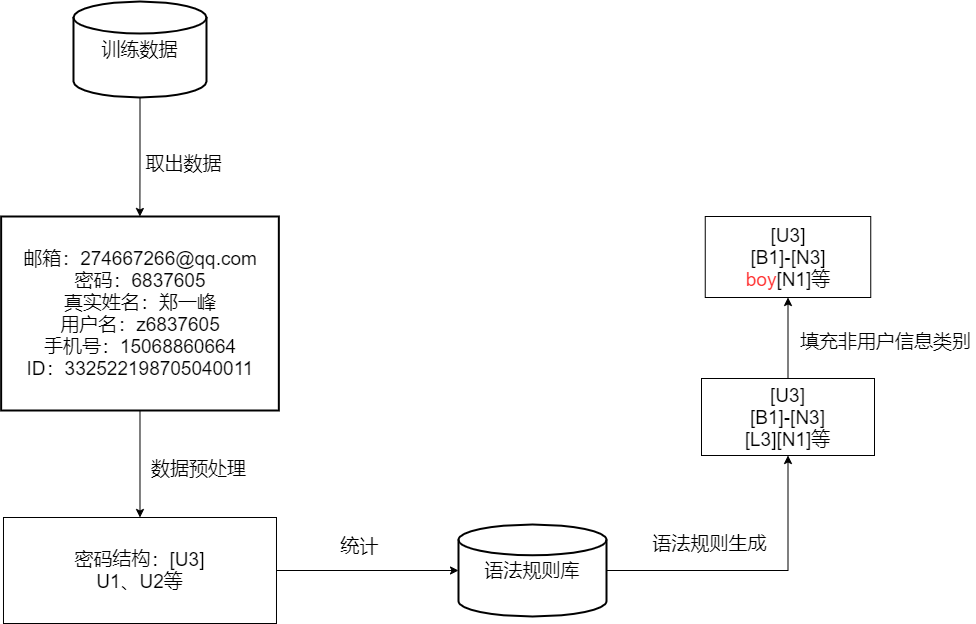
Before: pcfg.drawio.png, a diagram exported from draw.io (lakomi/pictures). Source tidied: cells renumbered, new cells last; positions are measured from the earlier drawing's top-left corner, leaving out a move shared by most shapes.
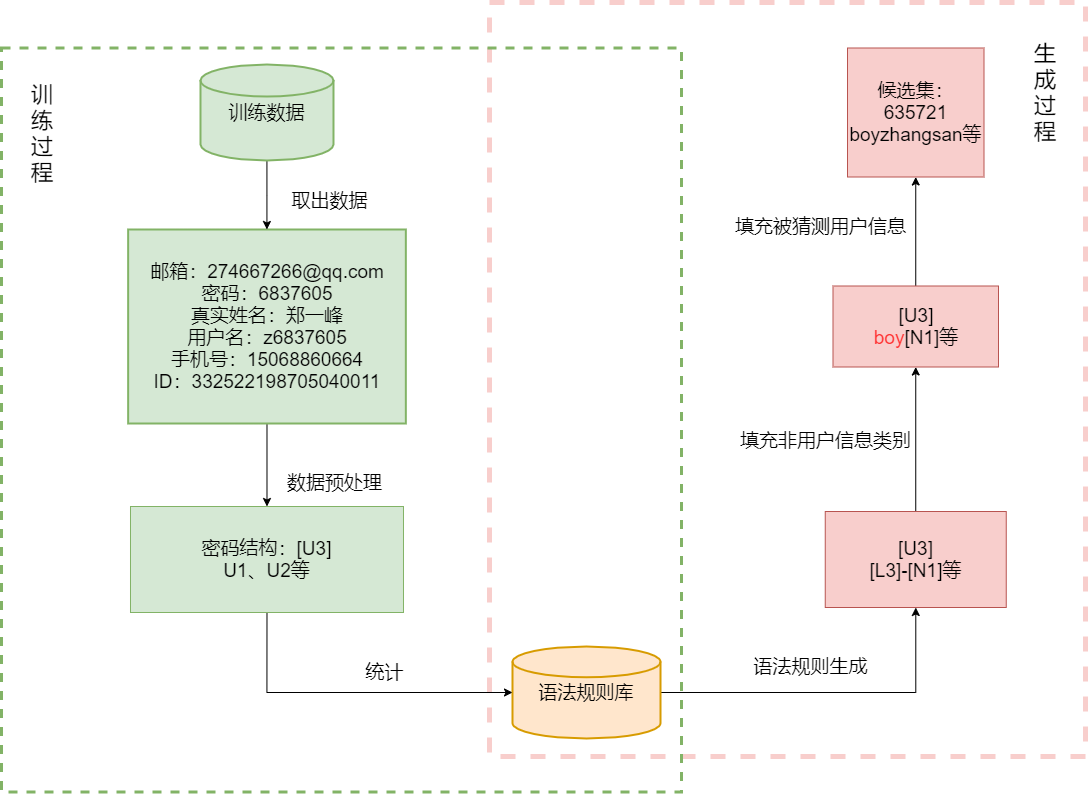
After the commit.

Diff of the diagram source:
```diff
@@ -2,53 +2,74 @@
   <root>
     <mxCell id="0" />
     <mxCell id="1" parent="0" />
+    <mxCell id="18" style="rounded=0;whiteSpace=wrap;html=1;dashed=1;fontSize=19;strokeWidth=5;fillColor=none;strokeColor=#F8CECC;perimeterSpacing=2;" parent="1" vertex="1">
+      <mxGeometry x="361" y="-123" width="596" height="754" as="geometry" />
+    </mxCell>
+    <mxCell id="19" style="rounded=0;whiteSpace=wrap;html=1;fontSize=19;fillColor=none;strokeColor=#82b366;dashed=1;strokeWidth=3;" parent="1" vertex="1">
+      <mxGeometry x="-127" y="-77.5" width="680" height="744" as="geometry" />
+    </mxCell>
     <mxCell id="2" style="edgeStyle=orthogonalEdgeStyle;rounded=0;jettySize=auto;html=1;exitX=0.5;exitY=1;exitDx=0;exitDy=0;fontSize=19;" parent="1" edge="1" source="3" target="11">
       <mxGeometry relative="1" as="geometry" />
     </mxCell>
-    <mxCell id="3" value="邮箱：274667266@qq.com&lt;br&gt;密码：6837605&lt;br&gt;真实姓名：郑一峰&lt;br&gt;用户名：z6837605&lt;br&gt;手机号：15068860664&lt;br&gt;ID：332522198705040011" style="whiteSpace=wrap;html=1;fontSize=19;strokeWidth=2;" parent="1" vertex="1">
-      <mxGeometry x="-0.4" y="215" width="277.7" height="194" as="geometry" />
+    <mxCell id="3" value="邮箱：274667266@qq.com&lt;br style=&quot;font-size: 19px;&quot;&gt;密码：6837605&lt;br style=&quot;font-size: 19px;&quot;&gt;真实姓名：郑一峰&lt;br style=&quot;font-size: 19px;&quot;&gt;用户名：z6837605&lt;br style=&quot;font-size: 19px;&quot;&gt;手机号：15068860664&lt;br style=&quot;font-size: 19px;&quot;&gt;ID：332522198705040011" style="whiteSpace=wrap;html=1;fontSize=19;strokeWidth=2;fillColor=#d5e8d4;strokeColor=#82b366;" parent="1" vertex="1">
+      <mxGeometry x="-0.4" y="104" width="277.7" height="194" as="geometry" />
     </mxCell>
     <mxCell id="4" style="edgeStyle=orthogonalEdgeStyle;rounded=0;jettySize=auto;html=1;fontSize=19;" parent="1" edge="1" source="5" target="3">
       <mxGeometry relative="1" as="geometry" />
     </mxCell>
-    <mxCell id="5" value="训练数据" style="strokeWidth=2;html=1;shape=mxgraph.flowchart.database;whiteSpace=wrap;fontSize=19;" parent="1" vertex="1">
-      <mxGeometry x="72" width="133" height="96" as="geometry" />
+    <mxCell id="5" value="训练数据" style="strokeWidth=2;html=1;shape=mxgraph.flowchart.database;whiteSpace=wrap;fontSize=19;fillColor=#d5e8d4;strokeColor=#82b366;" parent="1" vertex="1">
+      <mxGeometry x="72" y="-61" width="133" height="96" as="geometry" />
     </mxCell>
     <mxCell id="6" style="edgeStyle=orthogonalEdgeStyle;rounded=0;jettySize=auto;html=1;exitX=1;exitY=0.5;exitDx=0;exitDy=0;exitPerimeter=0;fontSize=19;" parent="1" edge="1" source="7" target="14">
       <mxGeometry relative="1" as="geometry" />
     </mxCell>
-    <mxCell id="7" value="语法规则库" style="strokeWidth=2;html=1;shape=mxgraph.flowchart.database;whiteSpace=wrap;fontSize=19;" parent="1" vertex="1">
-      <mxGeometry x="457" y="523" width="148" height="92" as="geometry" />
+    <mxCell id="7" value="语法规则库" style="strokeWidth=2;html=1;shape=mxgraph.flowchart.database;whiteSpace=wrap;fontSize=19;fillColor=#ffe6cc;strokeColor=#d79b00;" parent="1" vertex="1">
+      <mxGeometry x="384" y="521" width="148" height="92" as="geometry" />
     </mxCell>
     <mxCell id="8" value="数据预处理" style="text;html=1;align=center;verticalAlign=middle;strokeColor=none;fillColor=none;fontSize=19;" parent="1" vertex="1">
-      <mxGeometry x="144" y="454" width="105" height="26" as="geometry" />
+      <mxGeometry x="153.5" y="344" width="105" height="26" as="geometry" />
     </mxCell>
     <mxCell id="9" value="取出数据" style="text;html=1;align=center;verticalAlign=middle;strokeColor=none;fillColor=none;fontSize=19;" parent="1" vertex="1">
-      <mxGeometry x="139" y="149" width="86" height="26" as="geometry" />
+      <mxGeometry x="158" y="62" width="86" height="26" as="geometry" />
     </mxCell>
-    <mxCell id="10" style="edgeStyle=orthogonalEdgeStyle;rounded=0;jettySize=auto;html=1;exitX=1;exitY=0.5;exitDx=0;exitDy=0;entryX=0;entryY=0.5;entryDx=0;entryDy=0;entryPerimeter=0;fontSize=19;" parent="1" edge="1" source="11" target="7">
+    <mxCell id="10" style="edgeStyle=orthogonalEdgeStyle;rounded=0;jettySize=auto;html=1;exitX=0.5;exitY=1;exitDx=0;exitDy=0;entryX=0;entryY=0.5;entryDx=0;entryDy=0;entryPerimeter=0;fontSize=19;fontColor=#000000;" parent="1" edge="1" source="11" target="7">
       <mxGeometry relative="1" as="geometry" />
     </mxCell>
-    <mxCell id="11" value="密码结构：[U3]&lt;br&gt;U1、U2等" style="rounded=0;whiteSpace=wrap;html=1;fontSize=19;" parent="1" vertex="1">
-      <mxGeometry x="2" y="516" width="273" height="106" as="geometry" />
+    <mxCell id="11" value="密码结构：[U3]&lt;br style=&quot;font-size: 19px;&quot;&gt;U1、U2等" style="rounded=0;whiteSpace=wrap;html=1;fontSize=19;fillColor=#d5e8d4;strokeColor=#82b366;" parent="1" vertex="1">
+      <mxGeometry x="2" y="381" width="273" height="106" as="geometry" />
     </mxCell>
     <mxCell id="12" value="统计" style="text;html=1;align=center;verticalAlign=middle;strokeColor=none;fillColor=none;fontSize=19;" parent="1" vertex="1">
-      <mxGeometry x="334" y="532" width="48" height="26" as="geometry" />
+      <mxGeometry x="232" y="534" width="48" height="26" as="geometry" />
     </mxCell>
     <mxCell id="13" style="edgeStyle=orthogonalEdgeStyle;rounded=0;jettySize=auto;html=1;exitX=0.5;exitY=0;exitDx=0;exitDy=0;entryX=0.5;entryY=1;entryDx=0;entryDy=0;fontSize=19;" parent="1" edge="1" source="14" target="16">
       <mxGeometry relative="1" as="geometry" />
     </mxCell>
-    <mxCell id="14" value="[U3]&lt;br&gt;[B1]-[N3]&lt;br&gt;[L3][N1]等" style="rounded=0;whiteSpace=wrap;html=1;fontSize=19;" parent="1" vertex="1">
-      <mxGeometry x="700" y="377" width="173" height="77" as="geometry" />
+    <mxCell id="14" value="[U3]&lt;br style=&quot;font-size: 19px;&quot;&gt;[L3]-[N1]等" style="rounded=0;whiteSpace=wrap;html=1;fontSize=19;fillColor=#f8cecc;strokeColor=#b85450;" parent="1" vertex="1">
+      <mxGeometry x="696.8" y="386" width="181" height="96" as="geometry" />
     </mxCell>
     <mxCell id="15" value="语法规则生成" style="text;html=1;align=center;verticalAlign=middle;strokeColor=none;fillColor=none;fontSize=19;" parent="1" vertex="1">
-      <mxGeometry x="646" y="529" width="124" height="26" as="geometry" />
+      <mxGeometry x="620" y="528" width="124" height="26" as="geometry" />
     </mxCell>
+    <mxCell id="20" style="edgeStyle=orthogonalEdgeStyle;rounded=0;jettySize=auto;html=1;exitX=0.5;exitY=0;exitDx=0;exitDy=0;entryX=0.5;entryY=1;entryDx=0;entryDy=0;fontSize=19;fontColor=#000000;" parent="1" edge="1" source="16" target="21">
+      <mxGeometry relative="1" as="geometry" />
+    </mxCell>
-    <mxCell id="16" value="[U3]&lt;br&gt;[B1]-[N3]&lt;br&gt;&lt;font color=&quot;#ff3333&quot;&gt;boy&lt;/font&gt;[N1]等" style="rounded=0;whiteSpace=wrap;html=1;fontSize=19;" parent="1" vertex="1">
-      <mxGeometry x="703.8" y="215" width="165.5" height="81" as="geometry" />
+    <mxCell id="16" value="[U3]&lt;br style=&quot;font-size: 19px;&quot;&gt;&lt;font color=&quot;#ff3333&quot; style=&quot;font-size: 19px;&quot;&gt;boy&lt;/font&gt;[N1]等" style="rounded=0;whiteSpace=wrap;html=1;fontSize=19;fillColor=#f8cecc;strokeColor=#b85450;" parent="1" vertex="1">
+      <mxGeometry x="704.5" y="160.5" width="165.5" height="81" as="geometry" />
     </mxCell>
     <mxCell id="17" value="填充非用户信息类别" style="text;html=1;align=center;verticalAlign=middle;strokeColor=none;fillColor=none;fontSize=19;" parent="1" vertex="1">
-      <mxGeometry x="793" y="327" width="181" height="26" as="geometry" />
+      <mxGeometry x="606" y="302" width="181" height="26" as="geometry" />
     </mxCell>
+    <mxCell id="21" value="候选集：635721&lt;br style=&quot;font-size: 19px;&quot;&gt;boyzhangsan等" style="rounded=0;whiteSpace=wrap;html=1;fontSize=19;fillColor=#f8cecc;strokeColor=#b85450;" parent="1" vertex="1">
+      <mxGeometry x="719" y="-77.5" width="136.5" height="129" as="geometry" />
+    </mxCell>
+    <mxCell id="22" value="填充被猜测用户信息" style="text;html=1;align=center;verticalAlign=middle;strokeColor=none;fillColor=none;fontSize=19;fontColor=#000000;" parent="1" vertex="1">
+      <mxGeometry x="601" y="88" width="181" height="26" as="geometry" />
+    </mxCell>
+    <mxCell id="23" value="训练过程" style="text;html=1;strokeColor=none;fillColor=none;align=center;verticalAlign=middle;whiteSpace=wrap;rounded=0;dashed=1;fontSize=22;" parent="1" vertex="1">
+      <mxGeometry x="-101" y="-48" width="30" height="112" as="geometry" />
+    </mxCell>
+    <mxCell id="24" value="生成过程" style="text;html=1;strokeColor=none;fillColor=none;align=center;verticalAlign=middle;whiteSpace=wrap;rounded=0;dashed=1;fontSize=22;" parent="1" vertex="1">
+      <mxGeometry x="902" y="-89" width="30" height="112" as="geometry" />
+    </mxCell>
   </root>
 </mxGraphModel>
```
